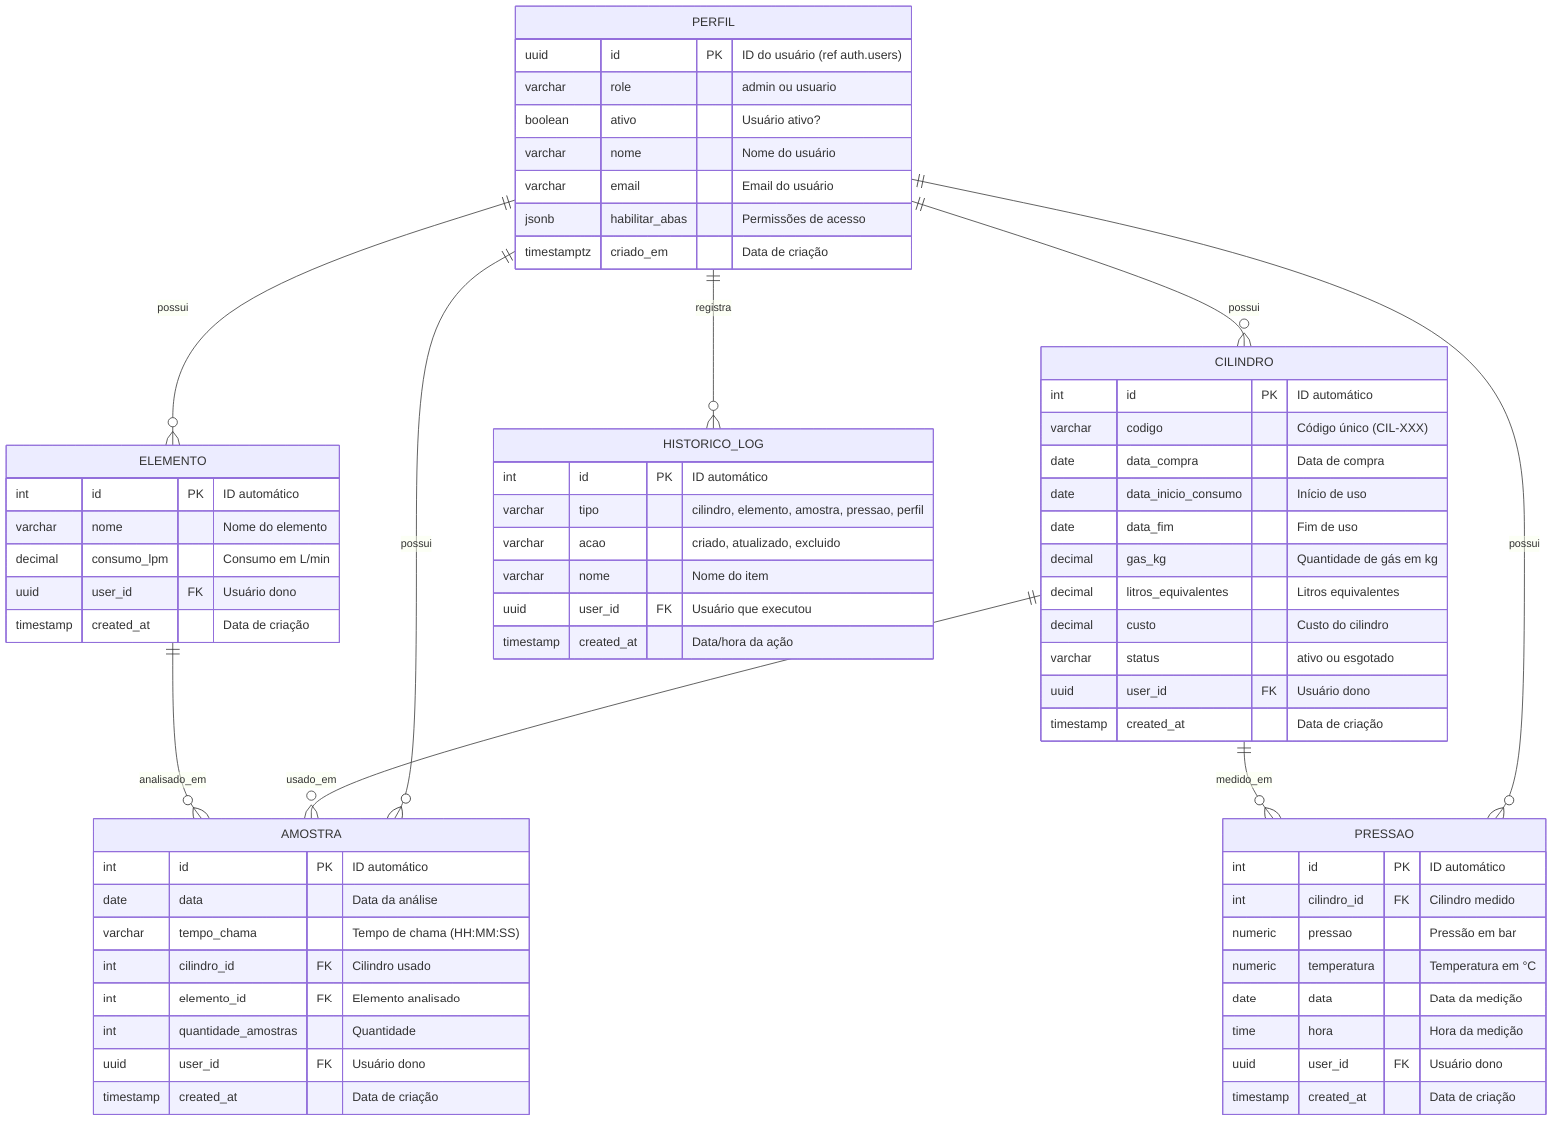
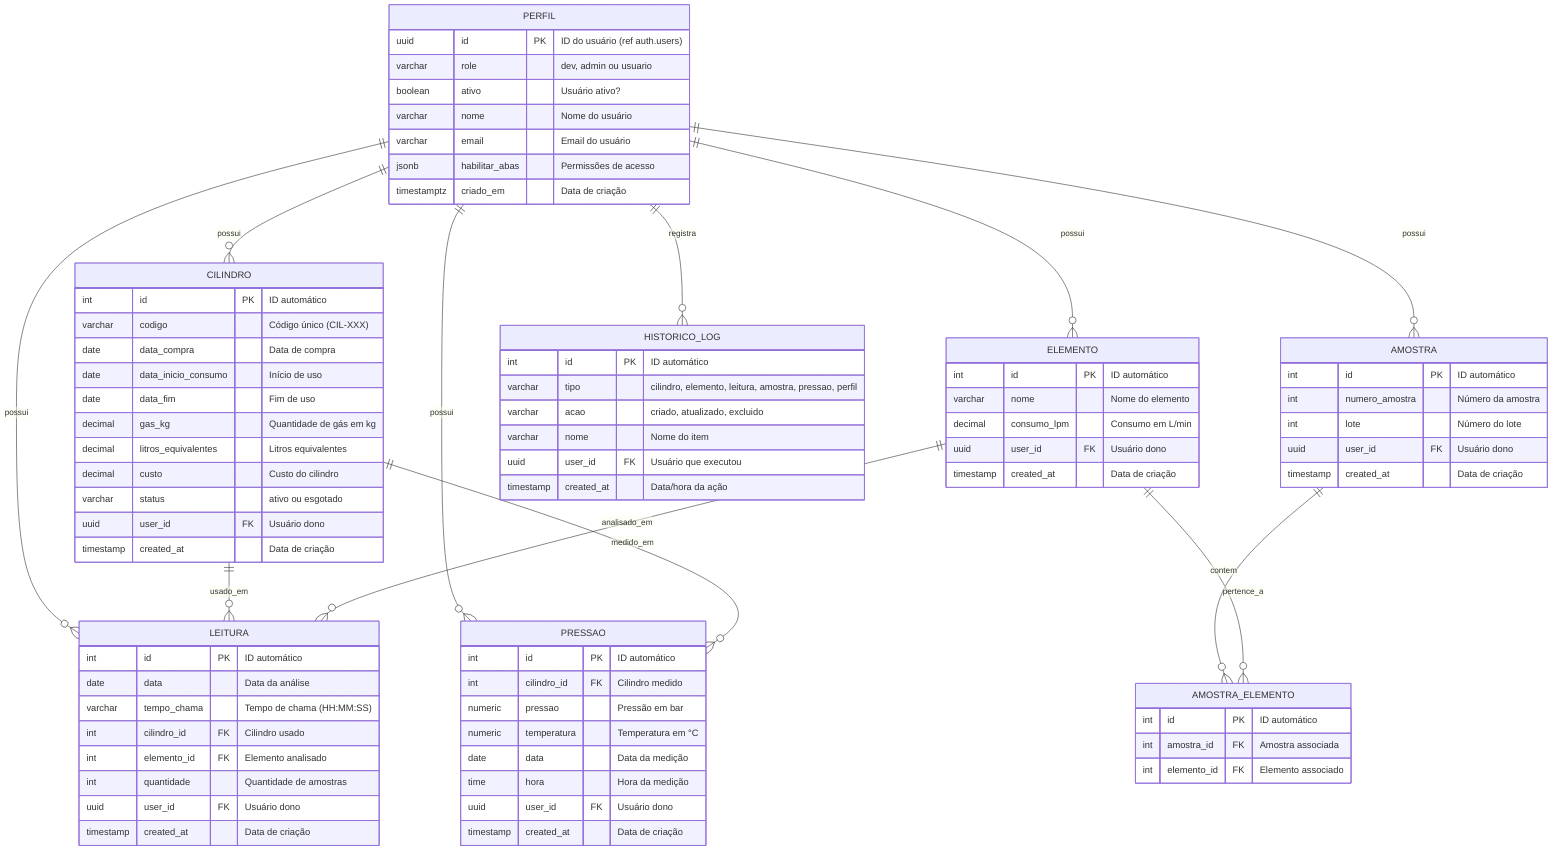
erDiagram
    PERFIL ||--o{ CILINDRO : "possui"
    PERFIL ||--o{ ELEMENTO : "possui"
+     PERFIL ||--o{ LEITURA : "possui"
    PERFIL ||--o{ AMOSTRA : "possui"
    PERFIL ||--o{ PRESSAO : "possui"
    PERFIL ||--o{ HISTORICO_LOG : "registra"

-     CILINDRO ||--o{ AMOSTRA : "usado_em"
+     CILINDRO ||--o{ LEITURA : "usado_em"
    CILINDRO ||--o{ PRESSAO : "medido_em"
-     ELEMENTO ||--o{ AMOSTRA : "analisado_em"
+     ELEMENTO ||--o{ LEITURA : "analisado_em"
+     AMOSTRA ||--o{ AMOSTRA_ELEMENTO : "contem"
+     ELEMENTO ||--o{ AMOSTRA_ELEMENTO : "pertence_a"

    PERFIL {
        uuid id PK "ID do usuário (ref auth.users)"
-         varchar role "admin ou usuario"
+         varchar role "dev, admin ou usuario"
        boolean ativo "Usuário ativo?"
        varchar nome "Nome do usuário"
        varchar email "Email do usuário"
        jsonb habilitar_abas "Permissões de acesso"
        timestamptz criado_em "Data de criação"
    }

    CILINDRO {
        int id PK "ID automático"
        varchar codigo "Código único (CIL-XXX)"
        date data_compra "Data de compra"
        date data_inicio_consumo "Início de uso"
        date data_fim "Fim de uso"
        decimal gas_kg "Quantidade de gás em kg"
        decimal litros_equivalentes "Litros equivalentes"
        decimal custo "Custo do cilindro"
        varchar status "ativo ou esgotado"
        uuid user_id FK "Usuário dono"
        timestamp created_at "Data de criação"
    }

    ELEMENTO {
        int id PK "ID automático"
        varchar nome "Nome do elemento"
        decimal consumo_lpm "Consumo em L/min"
        uuid user_id FK "Usuário dono"
        timestamp created_at "Data de criação"
    }

-     AMOSTRA {
+     LEITURA {
        int id PK "ID automático"
        date data "Data da análise"
        varchar tempo_chama "Tempo de chama (HH:MM:SS)"
        int cilindro_id FK "Cilindro usado"
        int elemento_id FK "Elemento analisado"
-         int quantidade_amostras "Quantidade"
+         int quantidade "Quantidade de amostras"
        uuid user_id FK "Usuário dono"
        timestamp created_at "Data de criação"
+     }
+ 
+     AMOSTRA {
+         int id PK "ID automático"
+         int numero_amostra "Número da amostra"
+         int lote "Número do lote"
+         uuid user_id FK "Usuário dono"
+         timestamp created_at "Data de criação"
+     }
+ 
+     AMOSTRA_ELEMENTO {
+         int id PK "ID automático"
+         int amostra_id FK "Amostra associada"
+         int elemento_id FK "Elemento associado"
    }

    PRESSAO {
        int id PK "ID automático"
        int cilindro_id FK "Cilindro medido"
        numeric pressao "Pressão em bar"
        numeric temperatura "Temperatura em °C"
        date data "Data da medição"
        time hora "Hora da medição"
        uuid user_id FK "Usuário dono"
        timestamp created_at "Data de criação"
    }

    HISTORICO_LOG {
        int id PK "ID automático"
-         varchar tipo "cilindro, elemento, amostra, pressao, perfil"
+         varchar tipo "cilindro, elemento, leitura, amostra, pressao, perfil"
        varchar acao "criado, atualizado, excluido"
        varchar nome "Nome do item"
        uuid user_id FK "Usuário que executou"
        timestamp created_at "Data/hora da ação"
-     }+     }
